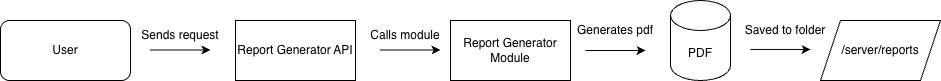
This is assets/architecture.png from jbd7qp/report-generator, a draw.io export, as it was before one commit. Source tidied: cells renumbered, new cells last; positions are measured from the earlier drawing's top-left corner, leaving out a move shared by most shapes. Its diagram source:
```xml
<mxGraphModel>
  <root>
    <mxCell id="0" />
    <mxCell id="1" parent="0" />
    <mxCell id="2" value="Report Generator API" style="rounded=0;whiteSpace=wrap;html=1;" parent="1" vertex="1">
      <mxGeometry x="235" y="20" width="120" height="60" as="geometry" />
    </mxCell>
    <mxCell id="3" style="endArrow=classic;html=1;rounded=0;" parent="1" edge="1">
      <mxGeometry relative="1" as="geometry">
        <mxPoint x="150" y="49.5" as="sourcePoint" />
        <mxPoint x="210" y="49.5" as="targetPoint" />
      </mxGeometry>
    </mxCell>
    <mxCell id="4" style="endArrow=classic;html=1;rounded=0;" parent="1" edge="1">
      <mxGeometry relative="1" as="geometry">
        <mxPoint x="380" y="49.5" as="sourcePoint" />
        <mxPoint x="440" y="49.5" as="targetPoint" />
      </mxGeometry>
    </mxCell>
    <mxCell id="5" value="User" style="rounded=1;whiteSpace=wrap;html=1;" parent="1" vertex="1">
      <mxGeometry y="20" width="130" height="60" as="geometry" />
    </mxCell>
    <mxCell id="6" value="Sends request" style="text;html=1;whiteSpace=wrap;strokeColor=none;fillColor=none;align=center;verticalAlign=middle;rounded=0;" parent="1" vertex="1">
      <mxGeometry x="110" y="20" width="140" height="30" as="geometry" />
    </mxCell>
    <mxCell id="7" value="Generates pdf" style="text;html=1;whiteSpace=wrap;strokeColor=none;fillColor=none;align=center;verticalAlign=middle;rounded=0;" parent="1" vertex="1">
      <mxGeometry x="570" y="10" width="90" height="40" as="geometry" />
    </mxCell>
    <mxCell id="8" value="Calls module" style="text;html=1;whiteSpace=wrap;strokeColor=none;fillColor=none;align=center;verticalAlign=middle;rounded=0;" parent="1" vertex="1">
      <mxGeometry x="360" y="15" width="90" height="40" as="geometry" />
    </mxCell>
    <mxCell id="9" value="Report Generator Module" style="rounded=0;whiteSpace=wrap;html=1;" parent="1" vertex="1">
      <mxGeometry x="450" y="20" width="120" height="60" as="geometry" />
    </mxCell>
    <mxCell id="10" style="endArrow=classic;html=1;rounded=0;" parent="1" edge="1">
      <mxGeometry relative="1" as="geometry">
        <mxPoint x="585" y="50" as="sourcePoint" />
        <mxPoint x="645" y="50" as="targetPoint" />
      </mxGeometry>
    </mxCell>
    <mxCell id="11" value="PDF" style="shape=cylinder3;whiteSpace=wrap;html=1;boundedLbl=1;backgroundOutline=1;size=15;" parent="1" vertex="1">
      <mxGeometry x="670" width="60" height="80" as="geometry" />
    </mxCell>
    <mxCell id="12" style="endArrow=classic;html=1;rounded=0;" parent="1" edge="1">
      <mxGeometry relative="1" as="geometry">
        <mxPoint x="750" y="48.9" as="sourcePoint" />
        <mxPoint x="810" y="48.9" as="targetPoint" />
      </mxGeometry>
    </mxCell>
    <mxCell id="13" value="Saved to folder" style="text;html=1;whiteSpace=wrap;strokeColor=none;fillColor=none;align=center;verticalAlign=middle;rounded=0;" parent="1" vertex="1">
      <mxGeometry x="740" y="10" width="90" height="40" as="geometry" />
    </mxCell>
    <mxCell id="14" value="/server/reports" style="shape=parallelogram;perimeter=parallelogramPerimeter;whiteSpace=wrap;html=1;fixedSize=1;" parent="1" vertex="1">
      <mxGeometry x="820" y="20" width="120" height="60" as="geometry" />
    </mxCell>
  </root>
</mxGraphModel>
```
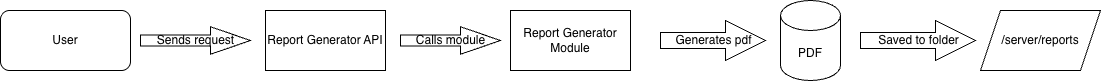
Above is the later version.

What changed in the source:
```diff
@@ -5,53 +5,29 @@
     <mxCell id="2" value="Report Generator API" style="rounded=0;whiteSpace=wrap;html=1;" parent="1" vertex="1">
       <mxGeometry x="235" y="20" width="120" height="60" as="geometry" />
     </mxCell>
-    <mxCell id="3" style="endArrow=classic;html=1;rounded=0;" parent="1" edge="1">
-      <mxGeometry relative="1" as="geometry">
-        <mxPoint x="150" y="49.5" as="sourcePoint" />
-        <mxPoint x="210" y="49.5" as="targetPoint" />
-      </mxGeometry>
-    </mxCell>
-    <mxCell id="4" style="endArrow=classic;html=1;rounded=0;" parent="1" edge="1">
-      <mxGeometry relative="1" as="geometry">
-        <mxPoint x="380" y="49.5" as="sourcePoint" />
-        <mxPoint x="440" y="49.5" as="targetPoint" />
-      </mxGeometry>
-    </mxCell>
     <mxCell id="5" value="User" style="rounded=1;whiteSpace=wrap;html=1;" parent="1" vertex="1">
-      <mxGeometry y="20" width="130" height="60" as="geometry" />
+      <mxGeometry x="-30" y="20" width="130" height="60" as="geometry" />
     </mxCell>
+    <mxCell id="9" value="Report Generator Module" style="rounded=0;whiteSpace=wrap;html=1;" parent="1" vertex="1">
+      <mxGeometry x="480" y="20" width="120" height="60" as="geometry" />
+    </mxCell>
+    <mxCell id="11" value="PDF" style="shape=cylinder3;whiteSpace=wrap;html=1;boundedLbl=1;backgroundOutline=1;size=15;" parent="1" vertex="1">
+      <mxGeometry x="750" y="10" width="60" height="80" as="geometry" />
+    </mxCell>
+    <mxCell id="14" value="/server/reports" style="shape=parallelogram;perimeter=parallelogramPerimeter;whiteSpace=wrap;html=1;fixedSize=1;" parent="1" vertex="1">
+      <mxGeometry x="950" y="20" width="120" height="60" as="geometry" />
+    </mxCell>
-    <mxCell id="6" value="Sends request" style="text;html=1;whiteSpace=wrap;strokeColor=none;fillColor=none;align=center;verticalAlign=middle;rounded=0;" parent="1" vertex="1">
-      <mxGeometry x="110" y="20" width="140" height="30" as="geometry" />
+    <mxCell id="6" value="Sends request" style="html=1;shadow=0;dashed=0;align=center;verticalAlign=middle;shape=mxgraph.arrows2.arrow;dy=0.6;dx=40;notch=0;" parent="1" vertex="1">
+      <mxGeometry x="110" y="36.2" width="110" height="27.5" as="geometry" />
     </mxCell>
+    <mxCell id="8" value="Calls module" style="html=1;shadow=0;dashed=0;align=center;verticalAlign=middle;shape=mxgraph.arrows2.arrow;dy=0.6;dx=40;notch=0;" parent="1" vertex="1">
+      <mxGeometry x="370" y="36.2" width="100" height="27.5" as="geometry" />
+    </mxCell>
-    <mxCell id="7" value="Generates pdf" style="text;html=1;whiteSpace=wrap;strokeColor=none;fillColor=none;align=center;verticalAlign=middle;rounded=0;" parent="1" vertex="1">
-      <mxGeometry x="570" y="10" width="90" height="40" as="geometry" />
+    <mxCell id="7" value="Generates pdf" style="html=1;shadow=0;dashed=0;align=center;verticalAlign=middle;shape=mxgraph.arrows2.arrow;dy=0.6;dx=40;notch=0;" parent="1" vertex="1">
+      <mxGeometry x="630" y="30" width="105" height="40" as="geometry" />
     </mxCell>
-    <mxCell id="8" value="Calls module" style="text;html=1;whiteSpace=wrap;strokeColor=none;fillColor=none;align=center;verticalAlign=middle;rounded=0;" parent="1" vertex="1">
-      <mxGeometry x="360" y="15" width="90" height="40" as="geometry" />
-    </mxCell>
-    <mxCell id="9" value="Report Generator Module" style="rounded=0;whiteSpace=wrap;html=1;" parent="1" vertex="1">
-      <mxGeometry x="450" y="20" width="120" height="60" as="geometry" />
-    </mxCell>
-    <mxCell id="10" style="endArrow=classic;html=1;rounded=0;" parent="1" edge="1">
-      <mxGeometry relative="1" as="geometry">
-        <mxPoint x="585" y="50" as="sourcePoint" />
-        <mxPoint x="645" y="50" as="targetPoint" />
-      </mxGeometry>
-    </mxCell>
-    <mxCell id="11" value="PDF" style="shape=cylinder3;whiteSpace=wrap;html=1;boundedLbl=1;backgroundOutline=1;size=15;" parent="1" vertex="1">
-      <mxGeometry x="670" width="60" height="80" as="geometry" />
-    </mxCell>
-    <mxCell id="12" style="endArrow=classic;html=1;rounded=0;" parent="1" edge="1">
-      <mxGeometry relative="1" as="geometry">
-        <mxPoint x="750" y="48.9" as="sourcePoint" />
-        <mxPoint x="810" y="48.9" as="targetPoint" />
-      </mxGeometry>
-    </mxCell>
-    <mxCell id="13" value="Saved to folder" style="text;html=1;whiteSpace=wrap;strokeColor=none;fillColor=none;align=center;verticalAlign=middle;rounded=0;" parent="1" vertex="1">
-      <mxGeometry x="740" y="10" width="90" height="40" as="geometry" />
+    <mxCell id="13" value="Saved to folder" style="html=1;shadow=0;dashed=0;align=center;verticalAlign=middle;shape=mxgraph.arrows2.arrow;dy=0.6;dx=40;notch=0;" parent="1" vertex="1">
+      <mxGeometry x="830" y="30" width="115" height="40" as="geometry" />
     </mxCell>
-    <mxCell id="14" value="/server/reports" style="shape=parallelogram;perimeter=parallelogramPerimeter;whiteSpace=wrap;html=1;fixedSize=1;" parent="1" vertex="1">
-      <mxGeometry x="820" y="20" width="120" height="60" as="geometry" />
-    </mxCell>
   </root>
 </mxGraphModel>
```
